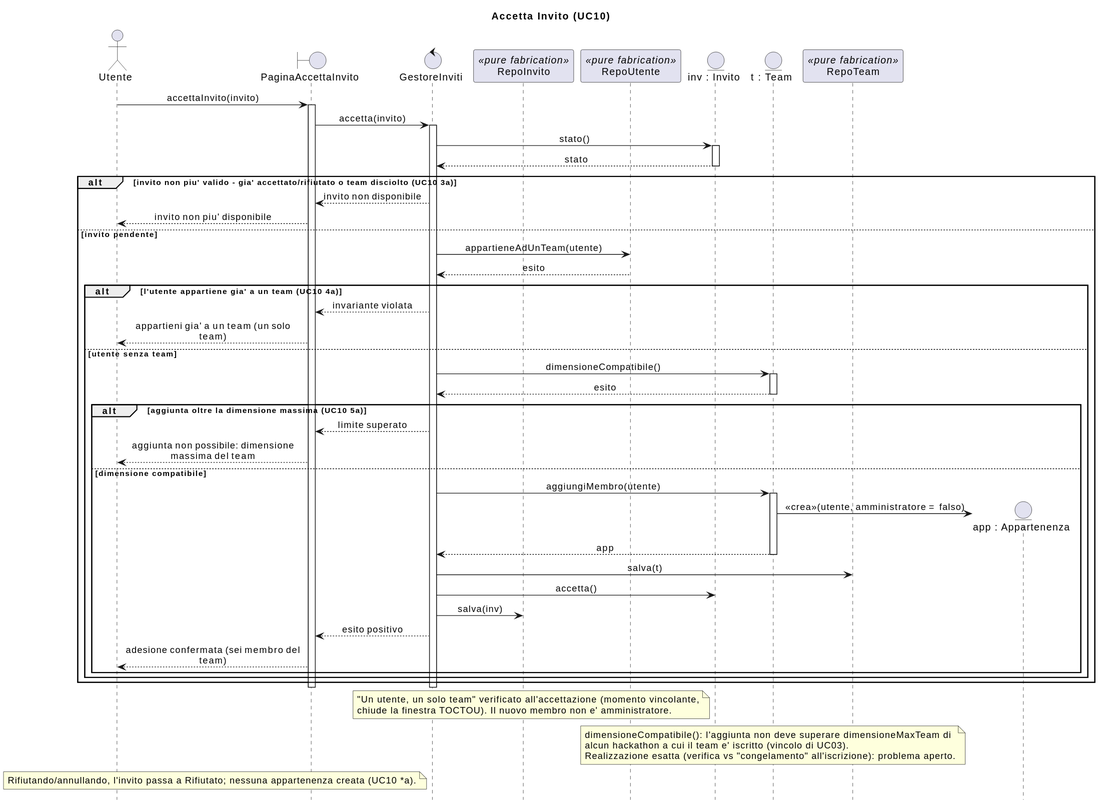
Before: iterazione2/diagrammiSequenza/accettaInvito/SEQ_AccettaInvito.svg, a diagram exported from PlantUML (rizzutomatteo/HackHub-Appoggio). Its diagram source:
```plantuml
@startuml
hide footbox
skinparam shadowing false
skinparam sequenceMessageAlign center
skinparam maxMessageSize 260

title Accetta Invito (UC10)

actor "Utente" as Ut
boundary "PaginaAccettaInvito" as B
control "GestoreInviti" as GI
participant "RepoInvito" as RInv <<pure fabrication>>
participant "RepoUtente" as RU <<pure fabrication>>
entity "inv : Invito" as Inv
entity "t : Team" as T
participant "RepoTeam" as RT <<pure fabrication>>

Ut -> B : accettaInvito(invito)
activate B
B -> GI : accetta(invito)
activate GI
GI -> Inv : stato()
activate Inv
Inv --> GI : stato
deactivate Inv

alt invito non piu' valido - gia' accettato/rifiutato o team disciolto (UC10 3a)
    GI --> B : invito non disponibile
    B --> Ut : invito non piu' disponibile
else invito pendente
    GI -> RU : appartieneAdUnTeam(utente)
    RU --> GI : esito
    alt l'utente appartiene gia' a un team (UC10 4a)
        GI --> B : invariante violata
        B --> Ut : appartieni gia' a un team (un solo team)
    else utente senza team
        GI -> T : dimensioneCompatibile()
        activate T
        T --> GI : esito
        deactivate T
        alt aggiunta oltre la dimensione massima (UC10 5a)
            GI --> B : limite superato
            B --> Ut : aggiunta non possibile: dimensione massima del team
        else dimensione compatibile
            GI -> T : aggiungiMembro(utente)
            activate T
            create entity "app : Appartenenza" as App
            T -> App : <<crea>>(utente, amministratore = falso)
            T --> GI : app
            deactivate T
            GI -> RT : salva(t)
            GI -> Inv : accetta()
            GI -> RInv : salva(inv)
            GI --> B : esito positivo
            B --> Ut : adesione confermata (sei membro del team)
        end
    end
end
deactivate GI
deactivate B

note over GI, RU
  "Un utente, un solo team" verificato all'accettazione (momento vincolante,
  chiude la finestra TOCTOU). Il nuovo membro non e' amministratore.
end note
note over T
  dimensioneCompatibile(): l'aggiunta non deve superare dimensioneMaxTeam di
  alcun hackathon a cui il team e' iscritto (vincolo di UC03).
  Realizzazione esatta (verifica vs "congelamento" all'iscrizione): problema aperto.
end note
note over Ut, B
  Rifiutando/annullando, l'invito passa a Rifiutato; nessuna appartenenza creata (UC10 *a).
end note
@enduml
```
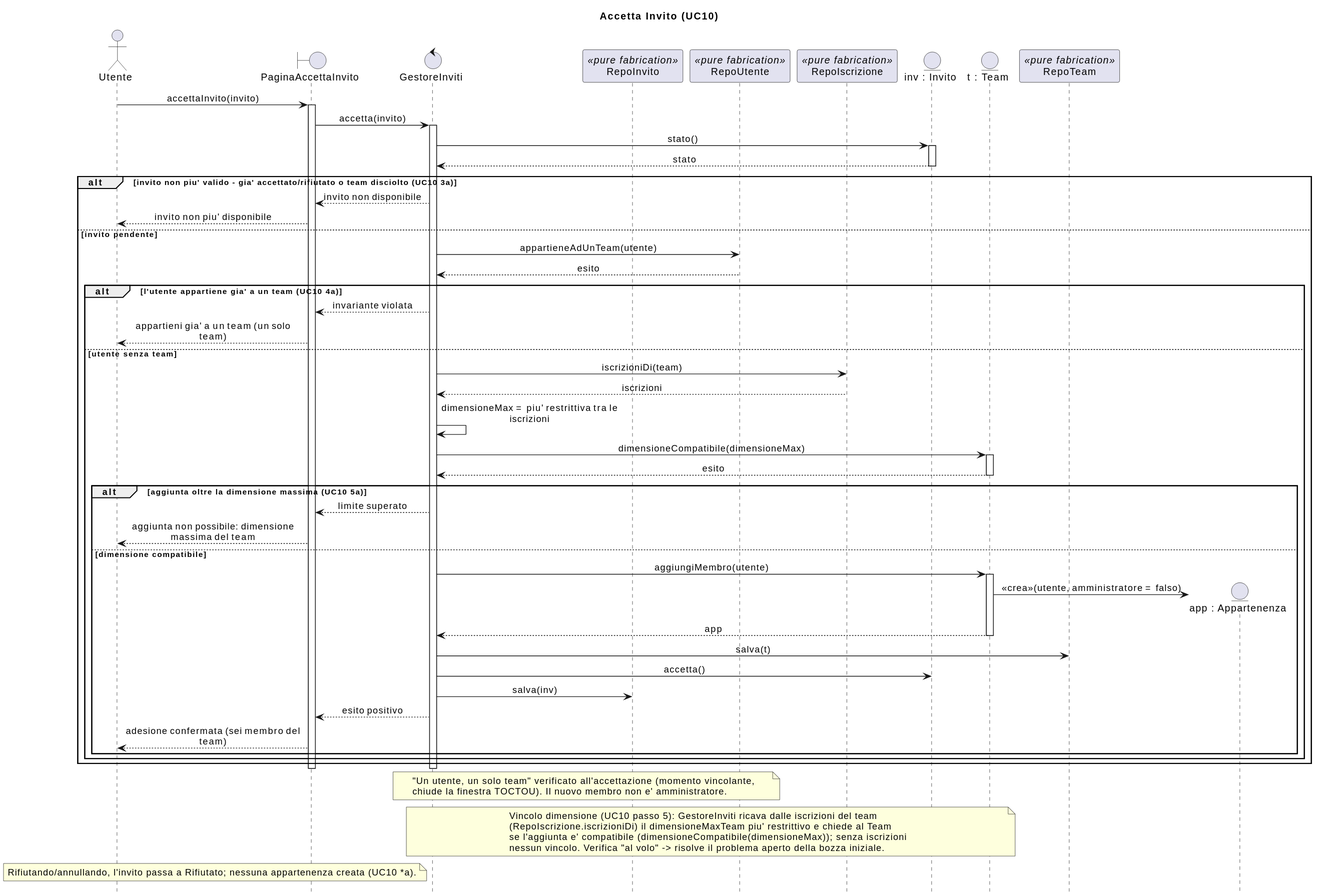
The same file after the commit.

Diff of the diagram source:
```diff
@@ -11,6 +11,7 @@
 control "GestoreInviti" as GI
 participant "RepoInvito" as RInv <<pure fabrication>>
 participant "RepoUtente" as RU <<pure fabrication>>
+participant "RepoIscrizione" as RIscr <<pure fabrication>>
 entity "inv : Invito" as Inv
 entity "t : Team" as T
 participant "RepoTeam" as RT <<pure fabrication>>
@@ -34,7 +35,10 @@
         GI --> B : invariante violata
         B --> Ut : appartieni gia' a un team (un solo team)
     else utente senza team
-        GI -> T : dimensioneCompatibile()
+        GI -> RIscr : iscrizioniDi(team)
+        RIscr --> GI : iscrizioni
+        GI -> GI : dimensioneMax = piu' restrittiva tra le iscrizioni
+        GI -> T : dimensioneCompatibile(dimensioneMax)
         activate T
         T --> GI : esito
         deactivate T
@@ -63,10 +67,11 @@
   "Un utente, un solo team" verificato all'accettazione (momento vincolante,
   chiude la finestra TOCTOU). Il nuovo membro non e' amministratore.
 end note
-note over T
-  dimensioneCompatibile(): l'aggiunta non deve superare dimensioneMaxTeam di
-  alcun hackathon a cui il team e' iscritto (vincolo di UC03).
-  Realizzazione esatta (verifica vs "congelamento" all'iscrizione): problema aperto.
+note over GI, T
+  Vincolo dimensione (UC10 passo 5): GestoreInviti ricava dalle iscrizioni del team
+  (RepoIscrizione.iscrizioniDi) il dimensioneMaxTeam piu' restrittivo e chiede al Team
+  se l'aggiunta e' compatibile (dimensioneCompatibile(dimensioneMax)); senza iscrizioni
+  nessun vincolo. Verifica "al volo" -> risolve il problema aperto della bozza iniziale.
 end note
 note over Ut, B
   Rifiutando/annullando, l'invito passa a Rifiutato; nessuna appartenenza creata (UC10 *a).
```
